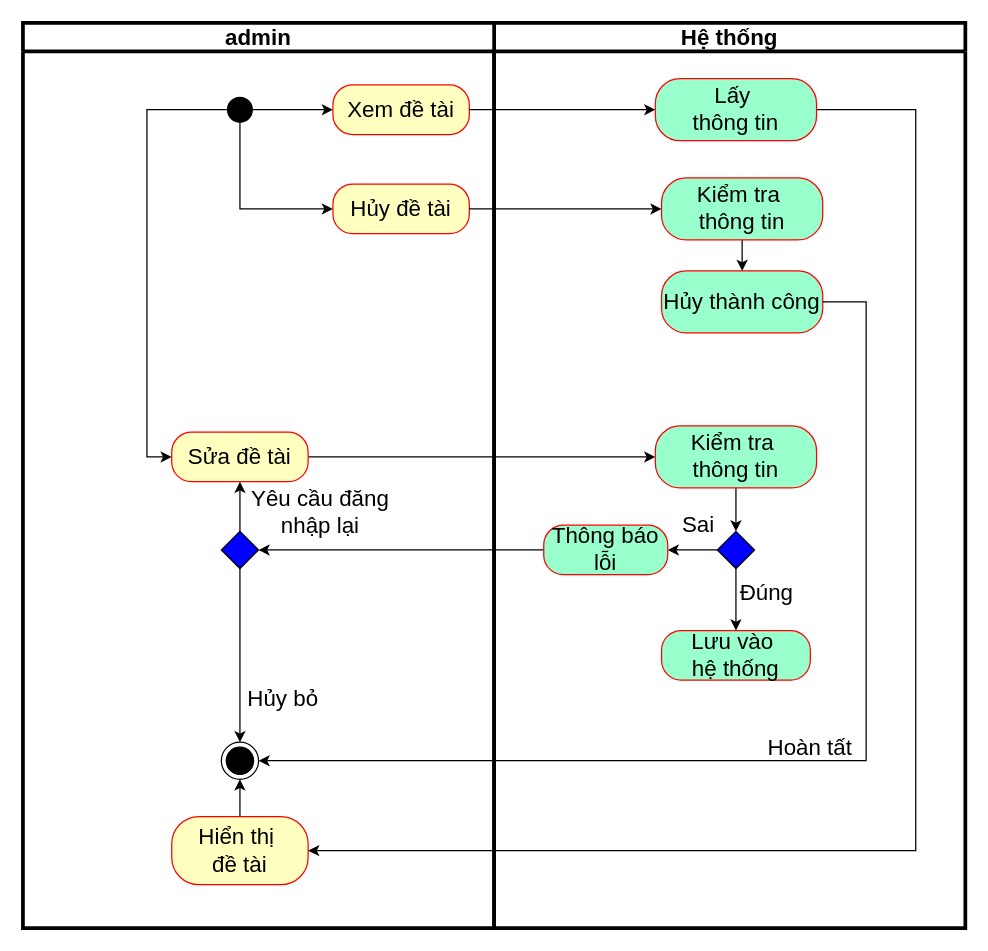
This is page "Quản lý đề tài/bài báo-admin" (8 of 15) of CNPM.drawio from 106210049/nckh, a draw.io file, before an edit. Source tidied: cells renumbered, new cells numbered last; positions are measured from the earlier drawing's top-left corner, leaving out a move shared by most shapes. Both pictures are drawn from the tidied source at 124%, with x=0, y=0 at pixel (22, 22).
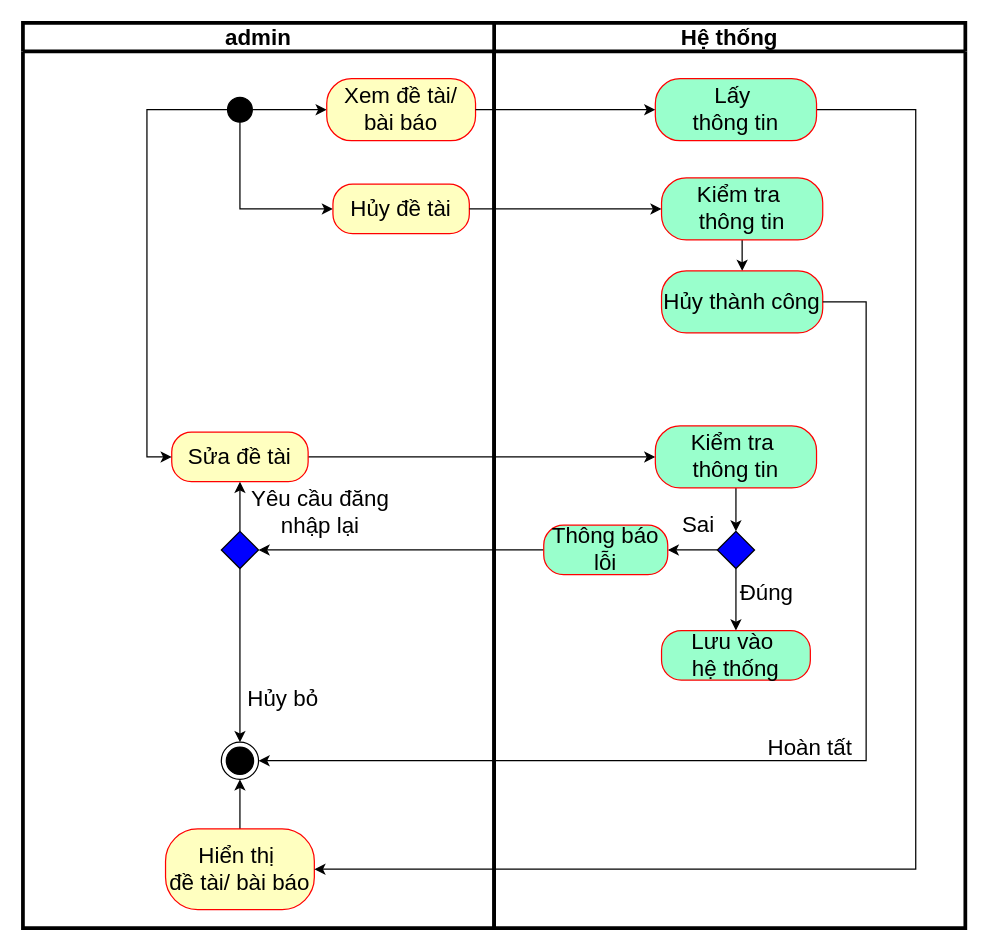
The same page after the edit.

The change refers to these unchanged cells:
```xml
<mxCell id="21" value="admin" style="swimlane;whiteSpace=wrap;html=1;fontSize=18;strokeWidth=3;" parent="1" vertex="1">
  <mxGeometry width="380" height="730" as="geometry" />
</mxCell>
<mxCell id="34" value="Lấy&amp;nbsp;&lt;div&gt;thông tin&lt;/div&gt;" style="rounded=1;whiteSpace=wrap;html=1;arcSize=40;fontColor=#000000;fillColor=#99FFCC;strokeColor=#ff0000;fontSize=18;" parent="1" vertex="1">
  <mxGeometry x="510" y="45" width="130" height="50" as="geometry" />
</mxCell>
```

Diff of the diagram source:
```diff
@@
-    <mxCell id="22" value="Xem đề tài" style="rounded=1;whiteSpace=wrap;html=1;arcSize=40;fontColor=#000000;fillColor=#ffffc0;strokeColor=#ff0000;fontSize=18;" parent="21" vertex="1">
-      <mxGeometry x="250" y="50" width="110" height="40" as="geometry" />
+    <mxCell id="22" value="Xem đề tài/ bài báo" style="rounded=1;whiteSpace=wrap;html=1;arcSize=40;fontColor=#000000;fillColor=#ffffc0;strokeColor=#ff0000;fontSize=18;" parent="21" vertex="1">
+      <mxGeometry x="245" y="45" width="120" height="50" as="geometry" />
     </mxCell>
-    <mxCell id="23" value="Hiển thị&amp;nbsp;&lt;div&gt;đề tài&lt;/div&gt;" style="rounded=1;whiteSpace=wrap;html=1;arcSize=40;fontColor=#000000;fillColor=#ffffc0;strokeColor=#ff0000;fontSize=18;" parent="21" vertex="1">
-      <mxGeometry x="120" y="640" width="110" height="55" as="geometry" />
+    <mxCell id="23" value="Hiển thị&amp;nbsp;&lt;div&gt;đề tài/ bài báo&lt;/div&gt;" style="rounded=1;whiteSpace=wrap;html=1;arcSize=40;fontColor=#000000;fillColor=#ffffc0;strokeColor=#ff0000;fontSize=18;" parent="21" vertex="1">
+      <mxGeometry x="115" y="650" width="120" height="65" as="geometry" />
     </mxCell>
@@
     <mxCell id="33" style="edgeStyle=orthogonalEdgeStyle;rounded=0;jettySize=auto;html=1;entryX=1;entryY=0.5;entryDx=0;entryDy=0;" parent="1" edge="1" source="34" target="23">
       <mxGeometry relative="1" as="geometry">
         <Array as="points">
           <mxPoint x="720" y="70" />
-          <mxPoint x="720" y="668" />
+          <mxPoint x="720" y="683" />
+          <mxPoint x="235" y="683" />
         </Array>
       </mxGeometry>
     </mxCell>
```
